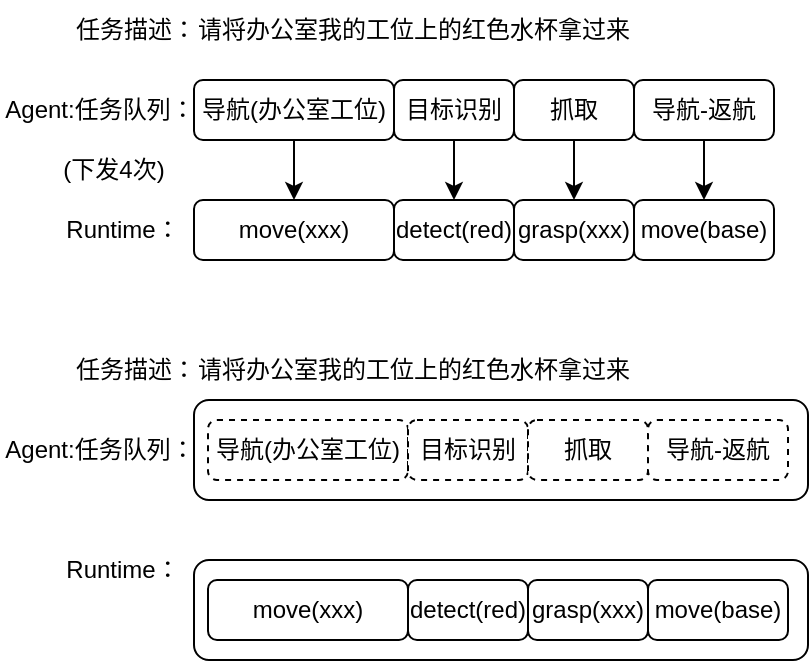
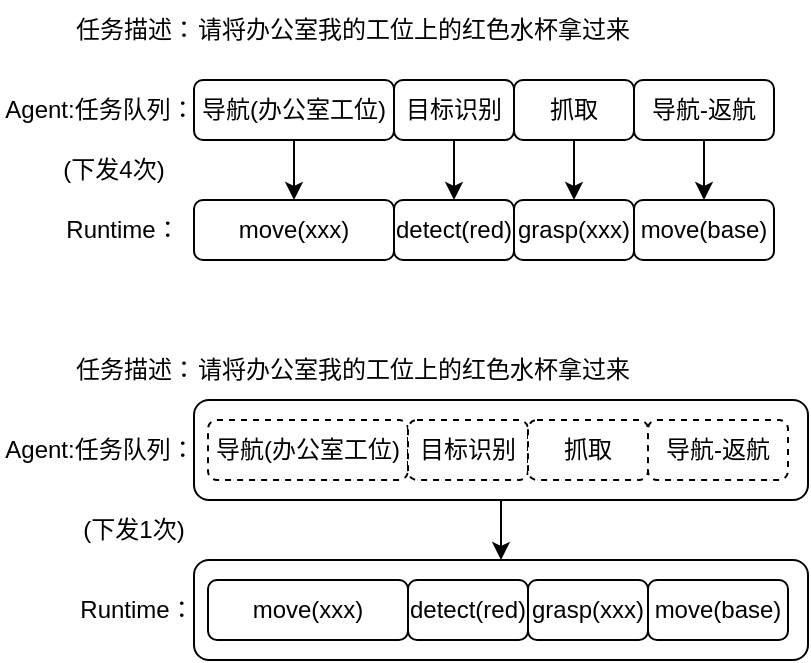
<mxfile host="app.diagrams.net">
  <diagram name="第 1 页" id="AqDmRzZVIJ-5uyctXJOA">
    <mxGraphModel dx="656" dy="360" grid="1" gridSize="10" guides="1" tooltips="1" connect="1" arrows="1" fold="1" page="1" pageScale="1" pageWidth="2339" pageHeight="3300" math="0" shadow="0">
      <root>
        <mxCell id="0" />
        <mxCell id="1" parent="0" />
        <mxCell id="TX6EBbOIm9mCNyf-wsjQ-37" parent="1" style="rounded=1;whiteSpace=wrap;html=1;" value="" vertex="1">
          <mxGeometry height="50" width="307" x="120" y="610" as="geometry" />
+         </mxCell>
+         <mxCell id="TX6EBbOIm9mCNyf-wsjQ-38" edge="1" parent="1" source="TX6EBbOIm9mCNyf-wsjQ-36" style="edgeStyle=orthogonalEdgeStyle;rounded=0;orthogonalLoop=1;jettySize=auto;html=1;exitX=0.5;exitY=1;exitDx=0;exitDy=0;entryX=0.5;entryY=0;entryDx=0;entryDy=0;" target="TX6EBbOIm9mCNyf-wsjQ-37">
+           <mxGeometry relative="1" as="geometry" />
        </mxCell>
        <mxCell id="TX6EBbOIm9mCNyf-wsjQ-36" parent="1" style="rounded=1;whiteSpace=wrap;html=1;" value="" vertex="1">
          <mxGeometry height="50" width="307" x="120" y="530" as="geometry" />
        </mxCell>
        <mxCell id="TX6EBbOIm9mCNyf-wsjQ-15" edge="1" parent="1" source="TX6EBbOIm9mCNyf-wsjQ-1" style="edgeStyle=orthogonalEdgeStyle;rounded=0;orthogonalLoop=1;jettySize=auto;html=1;exitX=0.5;exitY=1;exitDx=0;exitDy=0;entryX=0.5;entryY=0;entryDx=0;entryDy=0;" target="TX6EBbOIm9mCNyf-wsjQ-11">
          <mxGeometry relative="1" as="geometry" />
        </mxCell>
        <mxCell id="TX6EBbOIm9mCNyf-wsjQ-1" parent="1" style="rounded=1;whiteSpace=wrap;html=1;" value="导航(办公室工位)" vertex="1">
          <mxGeometry height="30" width="100" x="120" y="370" as="geometry" />
        </mxCell>
        <mxCell id="TX6EBbOIm9mCNyf-wsjQ-2" parent="1" style="text;html=1;whiteSpace=wrap;strokeColor=none;fillColor=none;align=center;verticalAlign=middle;rounded=0;" value="Agent:任务队列：" vertex="1">
          <mxGeometry height="30" width="100" x="23" y="370" as="geometry" />
        </mxCell>
        <mxCell id="TX6EBbOIm9mCNyf-wsjQ-3" parent="1" style="text;html=1;whiteSpace=wrap;strokeColor=none;fillColor=none;align=center;verticalAlign=middle;rounded=0;" value="任务描述：" vertex="1">
          <mxGeometry height="30" width="70" x="56" y="330" as="geometry" />
        </mxCell>
        <mxCell id="TX6EBbOIm9mCNyf-wsjQ-4" parent="1" style="text;html=1;whiteSpace=wrap;strokeColor=none;fillColor=none;align=center;verticalAlign=middle;rounded=0;" value="请将办公室我的工位上的红色水杯拿过来" vertex="1">
          <mxGeometry height="30" width="220" x="120" y="330" as="geometry" />
        </mxCell>
        <mxCell id="TX6EBbOIm9mCNyf-wsjQ-16" edge="1" parent="1" source="TX6EBbOIm9mCNyf-wsjQ-5" style="edgeStyle=orthogonalEdgeStyle;rounded=0;orthogonalLoop=1;jettySize=auto;html=1;exitX=0.5;exitY=1;exitDx=0;exitDy=0;entryX=0.5;entryY=0;entryDx=0;entryDy=0;" target="TX6EBbOIm9mCNyf-wsjQ-12">
          <mxGeometry relative="1" as="geometry" />
        </mxCell>
        <mxCell id="TX6EBbOIm9mCNyf-wsjQ-5" parent="1" style="rounded=1;whiteSpace=wrap;html=1;" value="目标识别" vertex="1">
          <mxGeometry height="30" width="60" x="220" y="370" as="geometry" />
        </mxCell>
        <mxCell id="TX6EBbOIm9mCNyf-wsjQ-17" edge="1" parent="1" source="TX6EBbOIm9mCNyf-wsjQ-6" style="edgeStyle=orthogonalEdgeStyle;rounded=0;orthogonalLoop=1;jettySize=auto;html=1;exitX=0.5;exitY=1;exitDx=0;exitDy=0;entryX=0.5;entryY=0;entryDx=0;entryDy=0;" target="TX6EBbOIm9mCNyf-wsjQ-13">
          <mxGeometry relative="1" as="geometry" />
        </mxCell>
        <mxCell id="TX6EBbOIm9mCNyf-wsjQ-6" parent="1" style="rounded=1;whiteSpace=wrap;html=1;" value="抓取" vertex="1">
          <mxGeometry height="30" width="60" x="280" y="370" as="geometry" />
        </mxCell>
        <mxCell id="TX6EBbOIm9mCNyf-wsjQ-18" edge="1" parent="1" source="TX6EBbOIm9mCNyf-wsjQ-7" style="edgeStyle=orthogonalEdgeStyle;rounded=0;orthogonalLoop=1;jettySize=auto;html=1;exitX=0.5;exitY=1;exitDx=0;exitDy=0;entryX=0.5;entryY=0;entryDx=0;entryDy=0;" target="TX6EBbOIm9mCNyf-wsjQ-14">
          <mxGeometry relative="1" as="geometry" />
        </mxCell>
        <mxCell id="TX6EBbOIm9mCNyf-wsjQ-7" parent="1" style="rounded=1;whiteSpace=wrap;html=1;" value="导航-返航" vertex="1">
          <mxGeometry height="30" width="70" x="340" y="370" as="geometry" />
        </mxCell>
        <mxCell id="TX6EBbOIm9mCNyf-wsjQ-8" parent="1" style="text;html=1;whiteSpace=wrap;strokeColor=none;fillColor=none;align=center;verticalAlign=middle;rounded=0;" value="Runtime：" vertex="1">
          <mxGeometry height="30" width="57" x="56" y="430" as="geometry" />
        </mxCell>
        <mxCell id="TX6EBbOIm9mCNyf-wsjQ-11" parent="1" style="rounded=1;whiteSpace=wrap;html=1;" value="move(xxx)" vertex="1">
          <mxGeometry height="30" width="100" x="120" y="430" as="geometry" />
        </mxCell>
        <mxCell id="TX6EBbOIm9mCNyf-wsjQ-12" parent="1" style="rounded=1;whiteSpace=wrap;html=1;" value="detect(red)" vertex="1">
          <mxGeometry height="30" width="60" x="220" y="430" as="geometry" />
        </mxCell>
        <mxCell id="TX6EBbOIm9mCNyf-wsjQ-13" parent="1" style="rounded=1;whiteSpace=wrap;html=1;" value="grasp(xxx)" vertex="1">
          <mxGeometry height="30" width="60" x="280" y="430" as="geometry" />
        </mxCell>
        <mxCell id="TX6EBbOIm9mCNyf-wsjQ-14" parent="1" style="rounded=1;whiteSpace=wrap;html=1;" value="move(base)" vertex="1">
          <mxGeometry height="30" width="70" x="340" y="430" as="geometry" />
        </mxCell>
        <mxCell id="TX6EBbOIm9mCNyf-wsjQ-19" parent="1" style="text;html=1;whiteSpace=wrap;strokeColor=none;fillColor=none;align=center;verticalAlign=middle;rounded=0;" value="请将办公室我的工位上的红色水杯拿过来" vertex="1">
          <mxGeometry height="30" width="220" x="120" y="500" as="geometry" />
        </mxCell>
        <mxCell id="TX6EBbOIm9mCNyf-wsjQ-20" parent="1" style="text;html=1;whiteSpace=wrap;strokeColor=none;fillColor=none;align=center;verticalAlign=middle;rounded=0;" value="任务描述：" vertex="1">
          <mxGeometry height="30" width="70" x="56" y="500" as="geometry" />
        </mxCell>
        <mxCell id="TX6EBbOIm9mCNyf-wsjQ-22" parent="1" style="rounded=1;whiteSpace=wrap;html=1;dashed=1;" value="导航(办公室工位)" vertex="1">
          <mxGeometry height="30" width="100" x="127" y="540" as="geometry" />
        </mxCell>
        <mxCell id="TX6EBbOIm9mCNyf-wsjQ-23" parent="1" style="text;html=1;whiteSpace=wrap;strokeColor=none;fillColor=none;align=center;verticalAlign=middle;rounded=0;" value="Agent:任务队列：" vertex="1">
          <mxGeometry height="30" width="100" x="23" y="540" as="geometry" />
        </mxCell>
        <mxCell id="TX6EBbOIm9mCNyf-wsjQ-25" parent="1" style="rounded=1;whiteSpace=wrap;html=1;dashed=1;" value="目标识别" vertex="1">
          <mxGeometry height="30" width="60" x="227" y="540" as="geometry" />
        </mxCell>
        <mxCell id="TX6EBbOIm9mCNyf-wsjQ-27" parent="1" style="rounded=1;whiteSpace=wrap;html=1;dashed=1;" value="抓取" vertex="1">
          <mxGeometry height="30" width="60" x="287" y="540" as="geometry" />
        </mxCell>
        <mxCell id="TX6EBbOIm9mCNyf-wsjQ-29" parent="1" style="rounded=1;whiteSpace=wrap;html=1;dashed=1;" value="导航-返航" vertex="1">
          <mxGeometry height="30" width="70" x="347" y="540" as="geometry" />
        </mxCell>
        <mxCell id="TX6EBbOIm9mCNyf-wsjQ-30" parent="1" style="text;html=1;whiteSpace=wrap;strokeColor=none;fillColor=none;align=center;verticalAlign=middle;rounded=0;" value="Runtime：" vertex="1">
-           <mxGeometry height="30" width="57" x="56" y="600" as="geometry" />
+           <mxGeometry height="30" width="57" x="62.5" y="620" as="geometry" />
        </mxCell>
        <mxCell id="TX6EBbOIm9mCNyf-wsjQ-31" parent="1" style="rounded=1;whiteSpace=wrap;html=1;" value="move(xxx)" vertex="1">
          <mxGeometry height="30" width="100" x="127" y="620" as="geometry" />
        </mxCell>
        <mxCell id="TX6EBbOIm9mCNyf-wsjQ-32" parent="1" style="rounded=1;whiteSpace=wrap;html=1;" value="detect(red)" vertex="1">
          <mxGeometry height="30" width="60" x="227" y="620" as="geometry" />
        </mxCell>
        <mxCell id="TX6EBbOIm9mCNyf-wsjQ-33" parent="1" style="rounded=1;whiteSpace=wrap;html=1;" value="grasp(xxx)" vertex="1">
          <mxGeometry height="30" width="60" x="287" y="620" as="geometry" />
        </mxCell>
        <mxCell id="TX6EBbOIm9mCNyf-wsjQ-34" parent="1" style="rounded=1;whiteSpace=wrap;html=1;" value="move(base)" vertex="1">
          <mxGeometry height="30" width="70" x="347" y="620" as="geometry" />
        </mxCell>
        <mxCell id="TX6EBbOIm9mCNyf-wsjQ-35" parent="1" style="text;html=1;whiteSpace=wrap;strokeColor=none;fillColor=none;align=center;verticalAlign=middle;rounded=0;" value="(下发4次)" vertex="1">
          <mxGeometry height="30" width="60" x="50" y="400" as="geometry" />
        </mxCell>
+         <mxCell id="TX6EBbOIm9mCNyf-wsjQ-39" parent="1" style="text;html=1;whiteSpace=wrap;strokeColor=none;fillColor=none;align=center;verticalAlign=middle;rounded=0;" value="(下发1次)" vertex="1">
+           <mxGeometry height="30" width="60" x="59.5" y="580" as="geometry" />
+         </mxCell>
      </root>
    </mxGraphModel>
  </diagram>
</mxfile>
